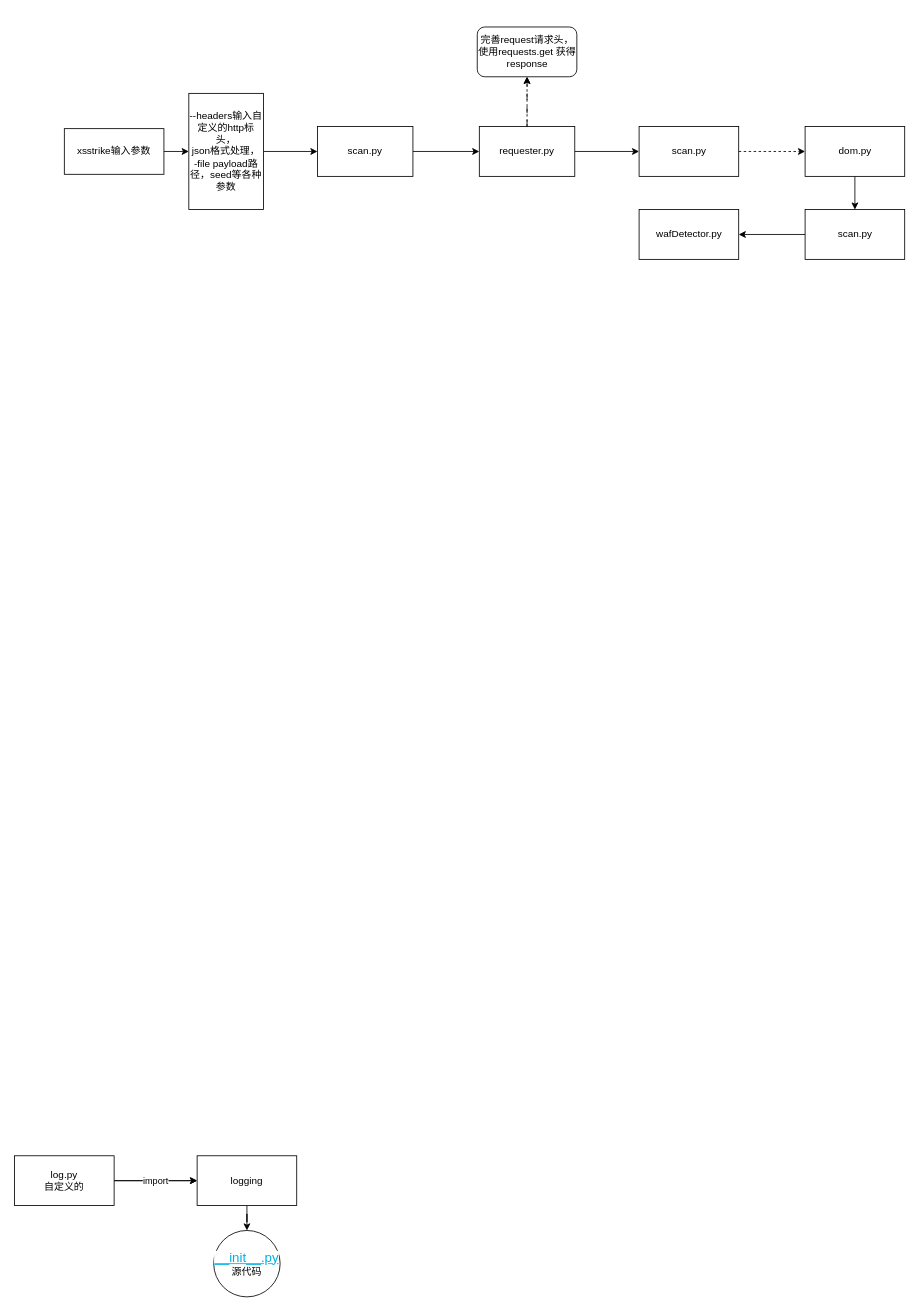
This is page "第 1 页" (1 of 2) of xsstrike 反射xss流程.drawio from chenyk320/work, a draw.io file, before an edit. Source tidied: cells renumbered, new cells numbered last; positions are measured from the earlier drawing's top-left corner, leaving out a move shared by most shapes. Both pictures are drawn from the tidied source at 83%, with x=0, y=0 at pixel (14, 27).
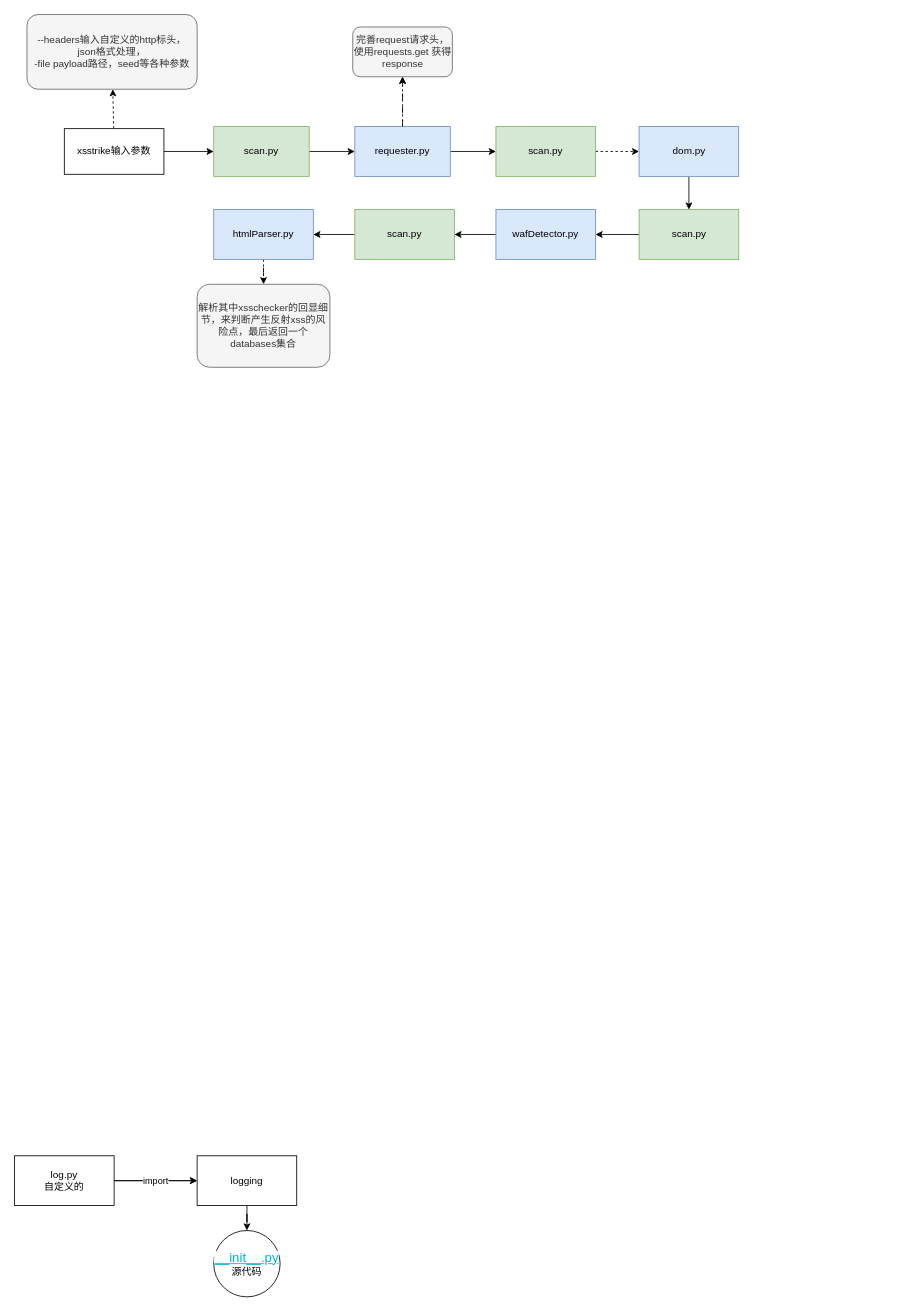
After the change.

Commit message:
更新xsstrike 反射xss流程.drawio

The change refers to these unchanged cells:
```xml
<mxCell id="3" value="xsstrike输入参数" style="whiteSpace=wrap;html=1;rounded=0;" parent="1" vertex="1">
  <mxGeometry x="60" y="122.5" width="120" height="55" as="geometry" />
</mxCell>
```

Change to the diagram source:
```diff
@@
-    <mxCell id="2" style="rounded=0;jettySize=auto;html=1;elbow=vertical;" parent="1" edge="1" source="3" target="7">
+    <mxCell id="2" style="rounded=0;jettySize=auto;html=1;elbow=vertical;dashed=1;" parent="1" edge="1" source="3" target="7">
       <mxGeometry relative="1" as="geometry" />
     </mxCell>
@@
-    <mxCell id="6" style="edgeStyle=none;rounded=0;jettySize=auto;html=1;elbow=vertical;" parent="1" edge="1" source="7" target="9">
+    <mxCell id="6" style="edgeStyle=none;rounded=0;jettySize=auto;html=1;elbow=vertical;exitX=1;exitY=0.5;exitDx=0;exitDy=0;" parent="1" edge="1" source="3" target="9">
       <mxGeometry relative="1" as="geometry" />
     </mxCell>
-    <mxCell id="7" value="--headers输入自定义的http标头，&lt;br&gt;json格式处理，&lt;br&gt;-file payload路径，seed等各种参数" style="whiteSpace=wrap;html=1;rounded=0;labelPosition=center;verticalLabelPosition=middle;align=center;verticalAlign=middle;" parent="1" vertex="1">
-      <mxGeometry x="210" y="80" width="90" height="140" as="geometry" />
+    <mxCell id="7" value="--headers输入自定义的http标头，&lt;br&gt;json格式处理，&lt;br&gt;-file payload路径，seed等各种参数" style="whiteSpace=wrap;html=1;rounded=1;labelPosition=center;verticalLabelPosition=middle;align=center;verticalAlign=middle;fillColor=#f5f5f5;fontColor=#333333;strokeColor=#666666;" parent="1" vertex="1">
+      <mxGeometry x="15" y="-15" width="205" height="90" as="geometry" />
     </mxCell>
@@
-    <mxCell id="9" value="scan.py" style="whiteSpace=wrap;html=1;rounded=0;" parent="1" vertex="1">
-      <mxGeometry x="365" y="120" width="115" height="60" as="geometry" />
+    <mxCell id="9" value="scan.py" style="whiteSpace=wrap;html=1;rounded=0;fillColor=#d5e8d4;strokeColor=#82b366;" parent="1" vertex="1">
+      <mxGeometry x="240" y="120" width="115" height="60" as="geometry" />
     </mxCell>
@@
-    <mxCell id="12" value="requester.py" style="whiteSpace=wrap;html=1;rounded=0;" parent="1" vertex="1">
-      <mxGeometry x="560" y="120" width="115" height="60" as="geometry" />
+    <mxCell id="12" value="requester.py" style="whiteSpace=wrap;html=1;rounded=0;fillColor=#dae8fc;strokeColor=#6c8ebf;" parent="1" vertex="1">
+      <mxGeometry x="410" y="120" width="115" height="60" as="geometry" />
     </mxCell>
@@
-    <mxCell id="19" value="完善request请求头，使用requests.get 获得response" style="rounded=1;whiteSpace=wrap;html=1;" parent="1" vertex="1">
-      <mxGeometry x="557.5" width="120" height="60" as="geometry" />
+    <mxCell id="19" value="完善request请求头，使用requests.get 获得response" style="rounded=1;whiteSpace=wrap;html=1;fillColor=#f5f5f5;fontColor=#333333;strokeColor=#666666;" parent="1" vertex="1">
+      <mxGeometry x="407.5" width="120" height="60" as="geometry" />
     </mxCell>
@@
-    <mxCell id="22" value="scan.py" style="whiteSpace=wrap;html=1;rounded=0;" parent="1" vertex="1">
-      <mxGeometry x="752.5" y="120" width="120" height="60" as="geometry" />
+    <mxCell id="22" value="scan.py" style="whiteSpace=wrap;html=1;rounded=0;fillColor=#d5e8d4;strokeColor=#82b366;" parent="1" vertex="1">
+      <mxGeometry x="580" y="120" width="120" height="60" as="geometry" />
     </mxCell>
@@
-    <mxCell id="24" value="dom.py" style="whiteSpace=wrap;html=1;rounded=0;" parent="1" vertex="1">
-      <mxGeometry x="952.5" y="120" width="120" height="60" as="geometry" />
+    <mxCell id="24" value="dom.py" style="whiteSpace=wrap;html=1;rounded=0;fillColor=#dae8fc;strokeColor=#6c8ebf;" parent="1" vertex="1">
+      <mxGeometry x="752.5" y="120" width="120" height="60" as="geometry" />
     </mxCell>
@@
-    <mxCell id="26" value="scan.py" style="whiteSpace=wrap;html=1;rounded=0;" parent="1" vertex="1">
-      <mxGeometry x="952.5" y="220" width="120" height="60" as="geometry" />
+    <mxCell id="26" value="scan.py" style="whiteSpace=wrap;html=1;rounded=0;fillColor=#d5e8d4;strokeColor=#82b366;" parent="1" vertex="1">
+      <mxGeometry x="752.5" y="220" width="120" height="60" as="geometry" />
     </mxCell>
+    <mxCell id="28" style="edgeStyle=orthogonalEdgeStyle;rounded=0;jettySize=auto;html=1;" parent="1" edge="1" source="27" target="30">
+      <mxGeometry relative="1" as="geometry" />
+    </mxCell>
-    <mxCell id="27" value="wafDetector.py" style="whiteSpace=wrap;html=1;rounded=0;" parent="1" vertex="1">
-      <mxGeometry x="752.5" y="220" width="120" height="60" as="geometry" />
+    <mxCell id="27" value="wafDetector.py" style="whiteSpace=wrap;html=1;rounded=0;fillColor=#dae8fc;strokeColor=#6c8ebf;" parent="1" vertex="1">
+      <mxGeometry x="580" y="220" width="120" height="60" as="geometry" />
     </mxCell>
+    <mxCell id="29" style="edgeStyle=orthogonalEdgeStyle;rounded=0;jettySize=auto;html=1;" parent="1" edge="1" source="30" target="32">
+      <mxGeometry relative="1" as="geometry" />
+    </mxCell>
+    <mxCell id="30" value="scan.py" style="whiteSpace=wrap;html=1;fillColor=#d5e8d4;strokeColor=#82b366;rounded=0;" parent="1" vertex="1">
+      <mxGeometry x="410" y="220" width="120" height="60" as="geometry" />
+    </mxCell>
+    <mxCell id="31" style="edgeStyle=orthogonalEdgeStyle;rounded=0;jettySize=auto;html=1;dashed=1;" parent="1" edge="1" source="32" target="33">
+      <mxGeometry relative="1" as="geometry" />
+    </mxCell>
+    <mxCell id="32" value="htmlParser.py" style="whiteSpace=wrap;html=1;fillColor=#dae8fc;strokeColor=#6c8ebf;rounded=0;" parent="1" vertex="1">
+      <mxGeometry x="240" y="220" width="120" height="60" as="geometry" />
+    </mxCell>
+    <mxCell id="33" value="解析其中xsschecker的回显细节，来判断产生反射xss的风险点，最后返回一个databases集合" style="whiteSpace=wrap;html=1;fillColor=#f5f5f5;strokeColor=#666666;rounded=1;fontColor=#333333;" parent="1" vertex="1">
+      <mxGeometry x="220" y="310" width="160" height="100" as="geometry" />
+    </mxCell>
```
